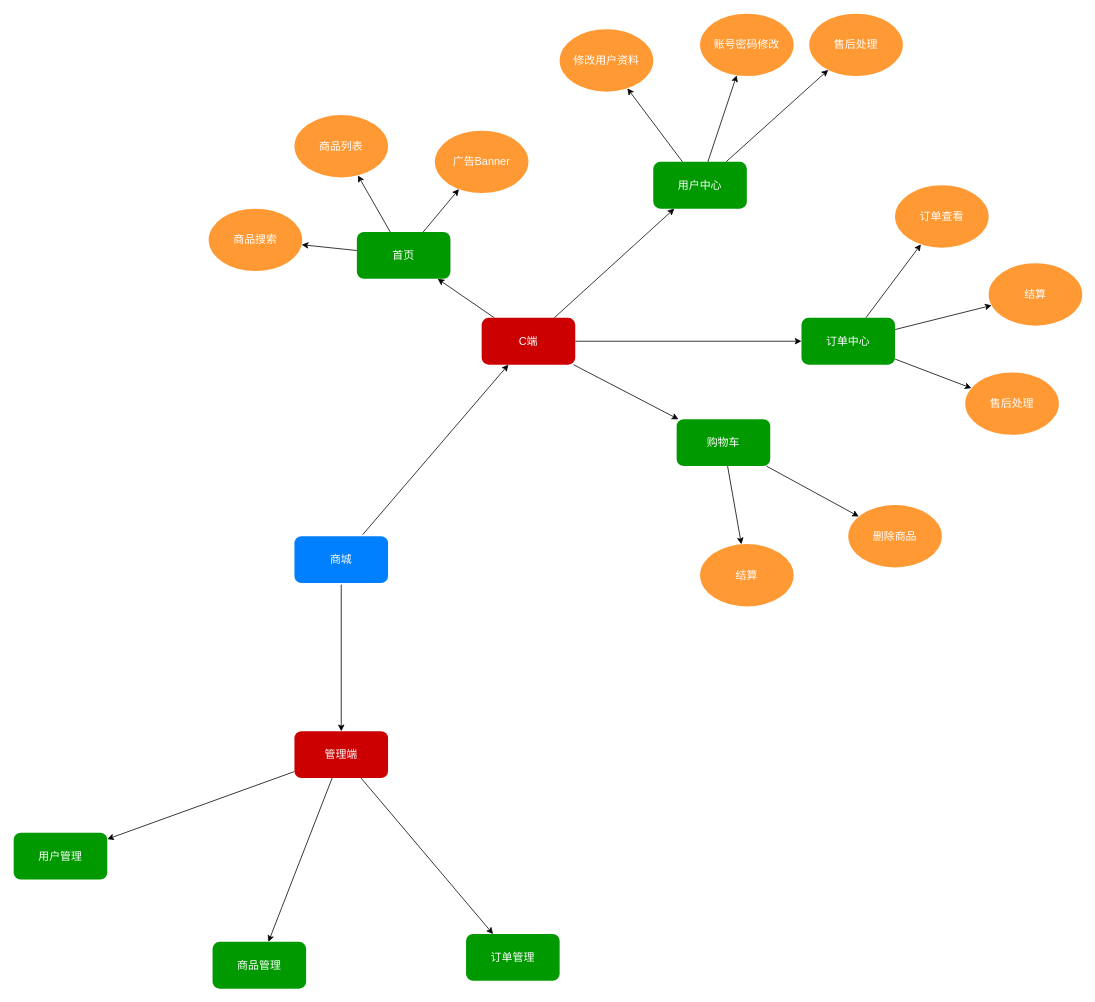
Above: Untitled Diagram.drawio in kuangziyang/shop-design (draw.io), before the change. Source tidied: cells renumbered, new cells numbered last; positions are measured from the earlier drawing's top-left corner, leaving out a move shared by most shapes. Both pictures are drawn from the tidied source at 78%, with x=0, y=0 at pixel (13, 13).
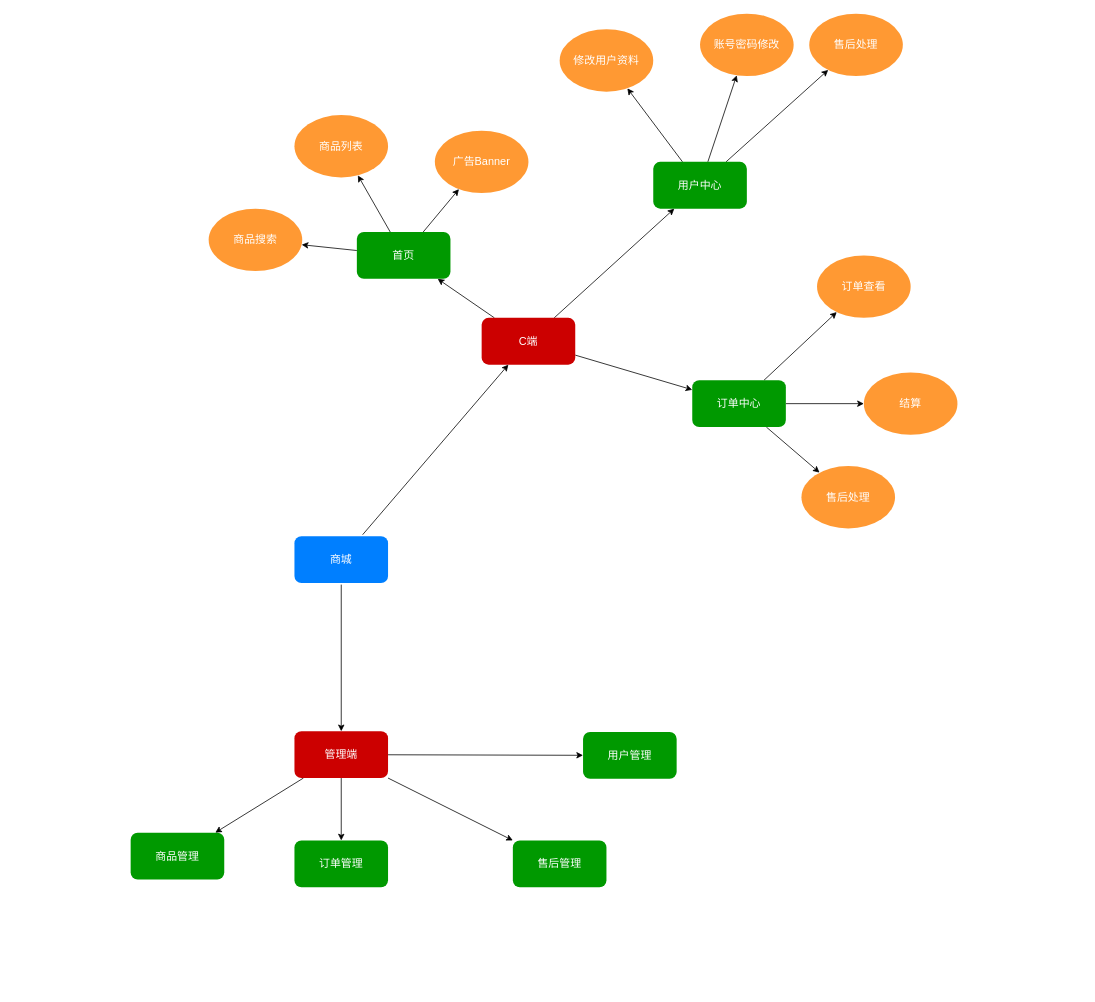
After the change.

The change refers to these unchanged cells:
```xml
<mxCell id="9" value="C端" style="whiteSpace=wrap;html=1;rounded=1;fontSize=14;fontColor=#FFFFFF;strokeColor=none;strokeWidth=3;fillColor=#CC0000;" parent="1" vertex="1">
  <mxGeometry x="600" y="390" width="120" height="60" as="geometry" />
</mxCell>
<mxCell id="13" value="管理端" style="whiteSpace=wrap;html=1;rounded=1;fontSize=14;fontColor=#FFFFFF;strokeColor=none;strokeWidth=3;fillColor=#CC0000;" parent="1" vertex="1">
  <mxGeometry x="360" y="920" width="120" height="60" as="geometry" />
</mxCell>
```

The edit, as a diff of the source:
```diff
@@
-    <mxCell id="8" style="edgeStyle=none;rounded=0;jettySize=auto;html=1;fontSize=14;fontColor=#FFFFFF;" parent="1" edge="1" source="9" target="36">
-      <mxGeometry relative="1" as="geometry" />
-    </mxCell>
@@
+    <mxCell id="43" style="edgeStyle=none;rounded=0;jettySize=auto;html=1;fontSize=14;fontColor=#FFFFFF;" parent="1" edge="1" source="13" target="44">
+      <mxGeometry relative="1" as="geometry" />
+    </mxCell>
@@
     <mxCell id="19" value="订单查看" style="ellipse;whiteSpace=wrap;html=1;rounded=1;fontSize=14;fontColor=#FFFFFF;strokeColor=none;strokeWidth=3;fillColor=#FF9933;" parent="1" vertex="1">
-      <mxGeometry x="1130" y="220" width="120" height="80" as="geometry" />
+      <mxGeometry x="1030" y="310" width="120" height="80" as="geometry" />
     </mxCell>
-    <mxCell id="20" value="删除商品" style="ellipse;whiteSpace=wrap;html=1;rounded=1;fontSize=14;fontColor=#FFFFFF;strokeColor=none;strokeWidth=3;fillColor=#FF9933;" parent="1" vertex="1">
-      <mxGeometry x="1070" y="630" width="120" height="80" as="geometry" />
-    </mxCell>
-    <mxCell id="21" value="结算" style="ellipse;whiteSpace=wrap;html=1;rounded=1;fontSize=14;fontColor=#FFFFFF;strokeColor=none;strokeWidth=3;fillColor=#FF9933;" parent="1" vertex="1">
-      <mxGeometry x="880" y="680" width="120" height="80" as="geometry" />
-    </mxCell>
@@
     <mxCell id="33" value="订单中心" style="whiteSpace=wrap;html=1;rounded=1;fontSize=14;fontColor=#FFFFFF;strokeColor=none;strokeWidth=3;fillColor=#009900;" parent="1" vertex="1">
-      <mxGeometry x="1010" y="390" width="120" height="60" as="geometry" />
+      <mxGeometry x="870" y="470" width="120" height="60" as="geometry" />
     </mxCell>
-    <mxCell id="34" style="edgeStyle=none;rounded=0;jettySize=auto;html=1;fontSize=14;fontColor=#FFFFFF;" parent="1" edge="1" source="36" target="20">
-      <mxGeometry relative="1" as="geometry" />
-    </mxCell>
-    <mxCell id="35" style="edgeStyle=none;rounded=0;jettySize=auto;html=1;fontSize=14;fontColor=#FFFFFF;" parent="1" edge="1" source="36" target="21">
-      <mxGeometry relative="1" as="geometry" />
-    </mxCell>
-    <mxCell id="36" value="购物车" style="whiteSpace=wrap;html=1;rounded=1;fontSize=14;fontColor=#FFFFFF;strokeColor=none;strokeWidth=3;fillColor=#009900;" parent="1" vertex="1">
-      <mxGeometry x="850" y="520" width="120" height="60" as="geometry" />
-    </mxCell>
     <mxCell id="37" value="结算" style="ellipse;whiteSpace=wrap;html=1;rounded=1;fontSize=14;fontColor=#FFFFFF;strokeColor=none;strokeWidth=3;fillColor=#FF9933;" parent="1" vertex="1">
-      <mxGeometry x="1250" y="320" width="120" height="80" as="geometry" />
+      <mxGeometry x="1090" y="460" width="120" height="80" as="geometry" />
     </mxCell>
     <mxCell id="38" value="售后处理" style="ellipse;whiteSpace=wrap;html=1;rounded=1;fontSize=14;fontColor=#FFFFFF;strokeColor=none;strokeWidth=3;fillColor=#FF9933;" parent="1" vertex="1">
-      <mxGeometry x="1220" y="460" width="120" height="80" as="geometry" />
+      <mxGeometry x="1010" y="580" width="120" height="80" as="geometry" />
     </mxCell>
@@
-    <mxCell id="40" value="用户管理" style="whiteSpace=wrap;html=1;rounded=1;fontSize=14;fontColor=#FFFFFF;strokeColor=none;strokeWidth=3;fillColor=#009900;" parent="1" vertex="1">
-      <mxGeometry y="1050" width="120" height="60" as="geometry" />
+    <mxCell id="40" value="商品管理" style="whiteSpace=wrap;html=1;rounded=1;fontSize=14;fontColor=#FFFFFF;strokeColor=none;strokeWidth=3;fillColor=#009900;" parent="1" vertex="1">
+      <mxGeometry x="150" y="1050" width="120" height="60" as="geometry" />
     </mxCell>
-    <mxCell id="41" value="商品管理" style="whiteSpace=wrap;html=1;rounded=1;fontSize=14;fontColor=#FFFFFF;strokeColor=none;strokeWidth=3;fillColor=#009900;" parent="1" vertex="1">
-      <mxGeometry x="255" y="1190" width="120" height="60" as="geometry" />
+    <mxCell id="41" value="售后管理" style="whiteSpace=wrap;html=1;rounded=1;fontSize=14;fontColor=#FFFFFF;strokeColor=none;strokeWidth=3;fillColor=#009900;" parent="1" vertex="1">
+      <mxGeometry x="640" y="1060" width="120" height="60" as="geometry" />
     </mxCell>
-    <mxCell id="42" value="订单管理" style="whiteSpace=wrap;html=1;rounded=1;fontSize=14;fontColor=#FFFFFF;strokeColor=none;strokeWidth=3;fillColor=#009900;" parent="1" vertex="1">
-      <mxGeometry x="580" y="1180" width="120" height="60" as="geometry" />
+    <mxCell id="42" value="用户管理" style="whiteSpace=wrap;html=1;rounded=1;fontSize=14;fontColor=#FFFFFF;strokeColor=none;strokeWidth=3;fillColor=#009900;" parent="1" vertex="1">
+      <mxGeometry x="730" y="921" width="120" height="60" as="geometry" />
     </mxCell>
+    <mxCell id="44" value="订单管理" style="whiteSpace=wrap;html=1;rounded=1;fontSize=14;fontColor=#FFFFFF;strokeColor=none;strokeWidth=3;fillColor=#009900;" parent="1" vertex="1">
+      <mxGeometry x="360" y="1060" width="120" height="60" as="geometry" />
+    </mxCell>
```
